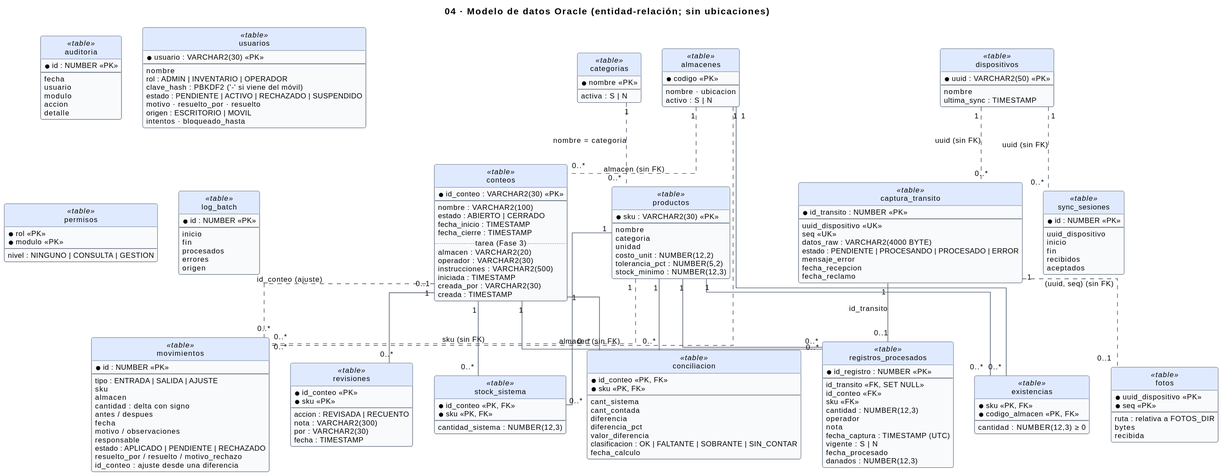
This is docs/img/uml/04-modelo-datos.svg from sebas-archive/kardex-bt, a PlantUML export, as it was before one commit.
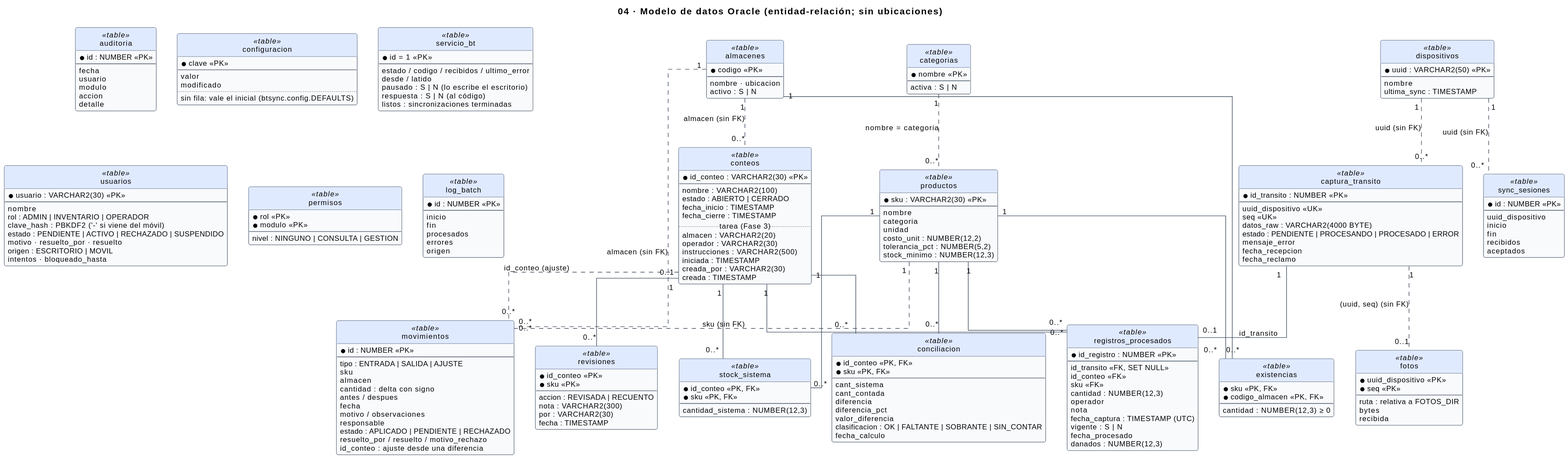
After the change.

What changed in the source:
```diff
@@ -50,6 +50,23 @@
   modulo
   accion
   detalle
+}
+class configuracion <<table>> {
+  * clave <<PK>>
+  --
+  valor
+  modificado
+  ..
+  sin fila: vale el inicial (btsync.config.DEFAULTS)
+}
+class servicio_bt <<table>> {
+  * id = 1 <<PK>>
+  --
+  estado / codigo / recibidos / ultimo_error
+  desde / latido
+  pausado : S | N  (lo escribe el escritorio)
+  respuesta : S | N  (al código)
+  listos : sincronizaciones terminadas
 }
 class revisiones <<table>> {
   * id_conteo <<PK>>
```
